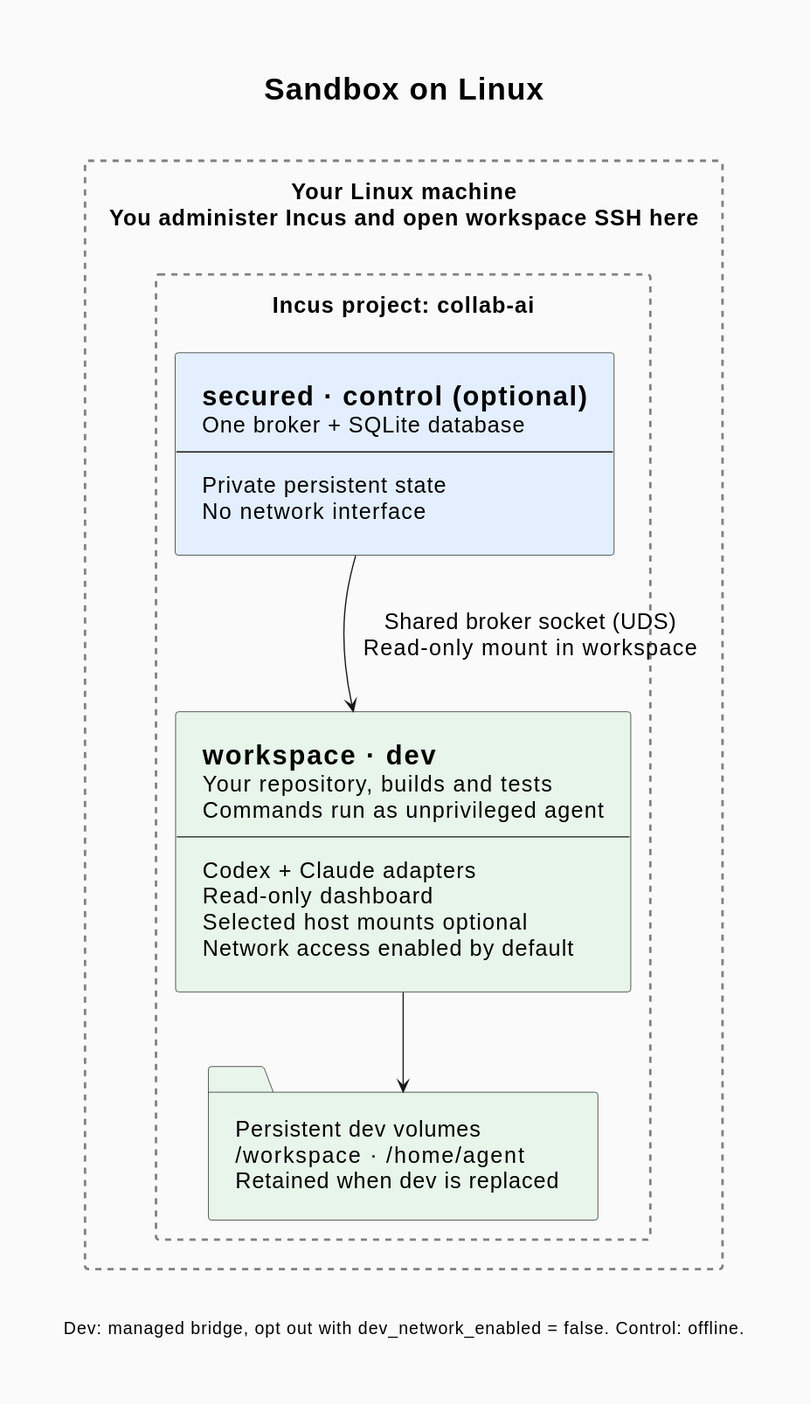
Above: docs/assets/sandbox-linux.svg in makarski/collab-ai (PlantUML), before the change. Its source is kept beside it as docs/assets/sandbox-linux.puml.
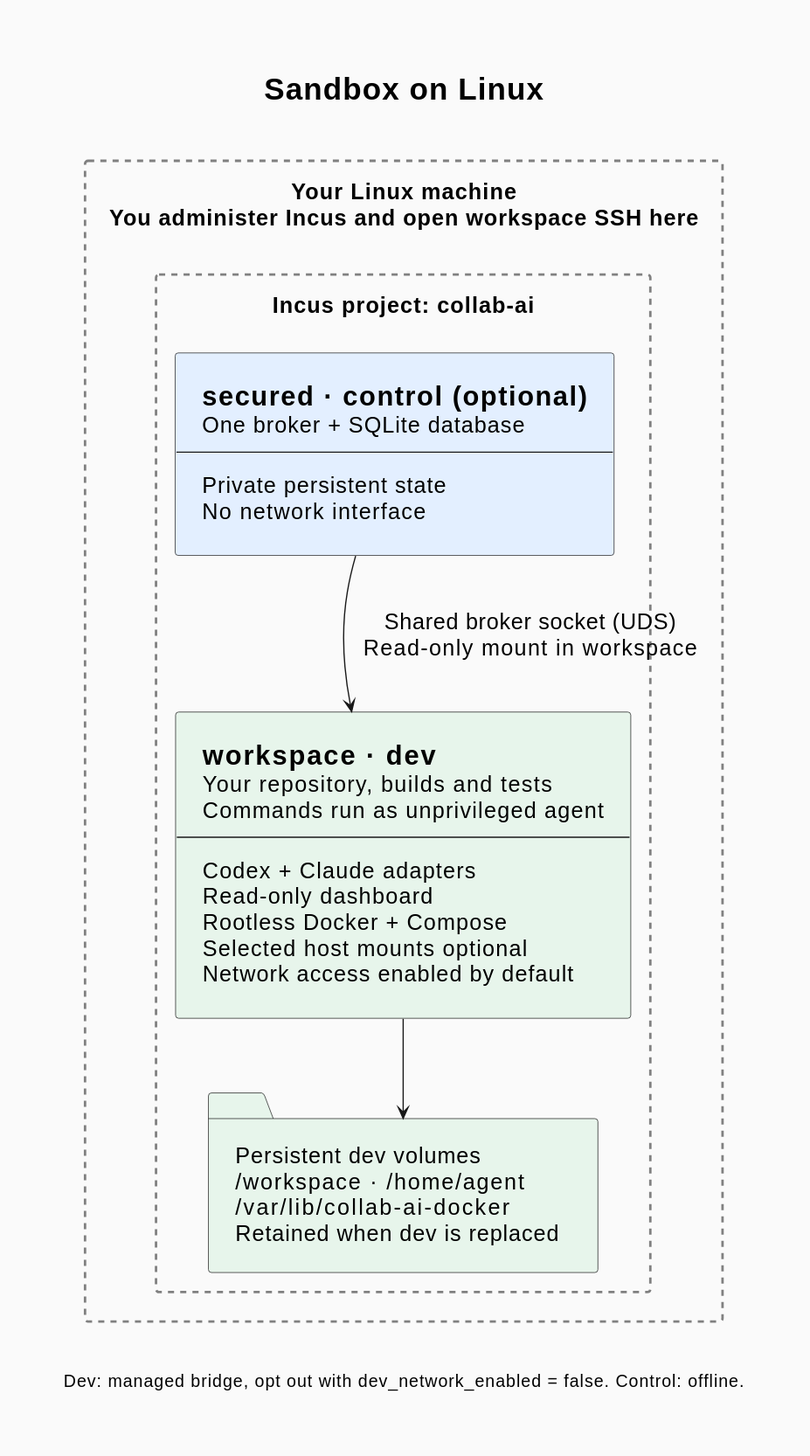
After the commit.

The edit, as a diff of the source:
```diff
@@ -48,10 +48,11 @@
         --
         Codex + Claude adapters
         Read-only dashboard
+        Rootless Docker + Compose
         Selected host mounts optional
         Network access enabled by default
     ]
-    folder "Persistent dev volumes\n/workspace · /home/agent\nRetained when dev is replaced" as Data <<Workspace>>
+    folder "Persistent dev volumes\n/workspace · /home/agent\n/var/lib/collab-ai-docker\nRetained when dev is replaced" as Data <<Workspace>>
     Workspace -down-> Data
 }
 Secured -down-> Workspace : Shared broker socket (UDS)\nRead-only mount in workspace
```
